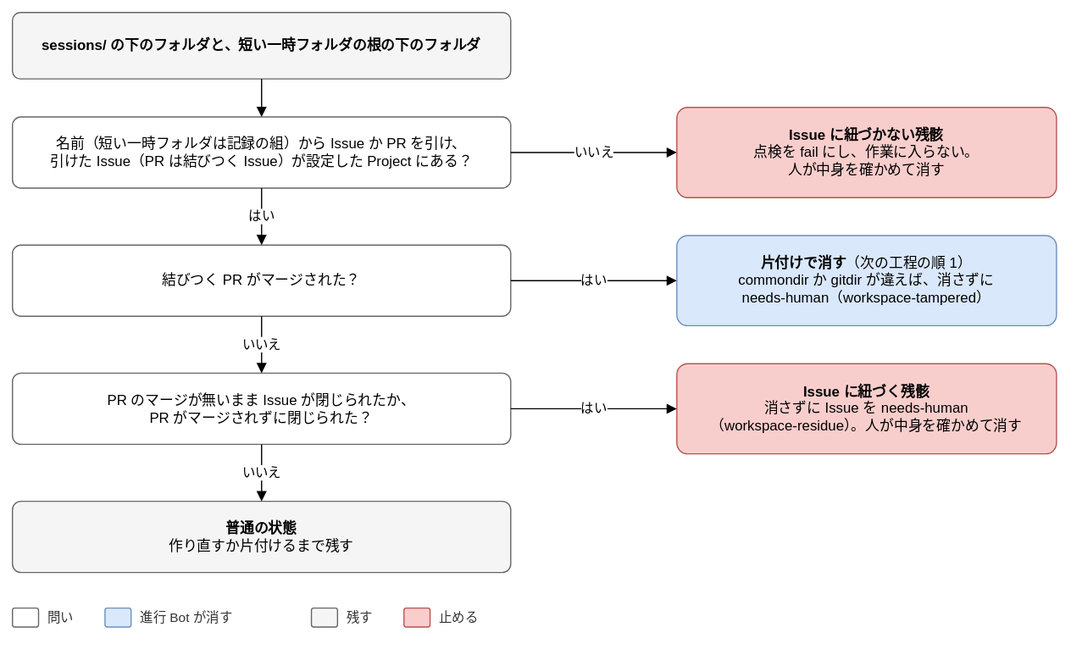
Before: docs/design/basic/diagrams/02-workspace-residue.drawio.svg, a diagram exported from draw.io (Joymerrevent/dev-autopilot). Source tidied: cells renumbered, new cells last; positions are measured from the earlier drawing's top-left corner, leaving out a move shared by most shapes.
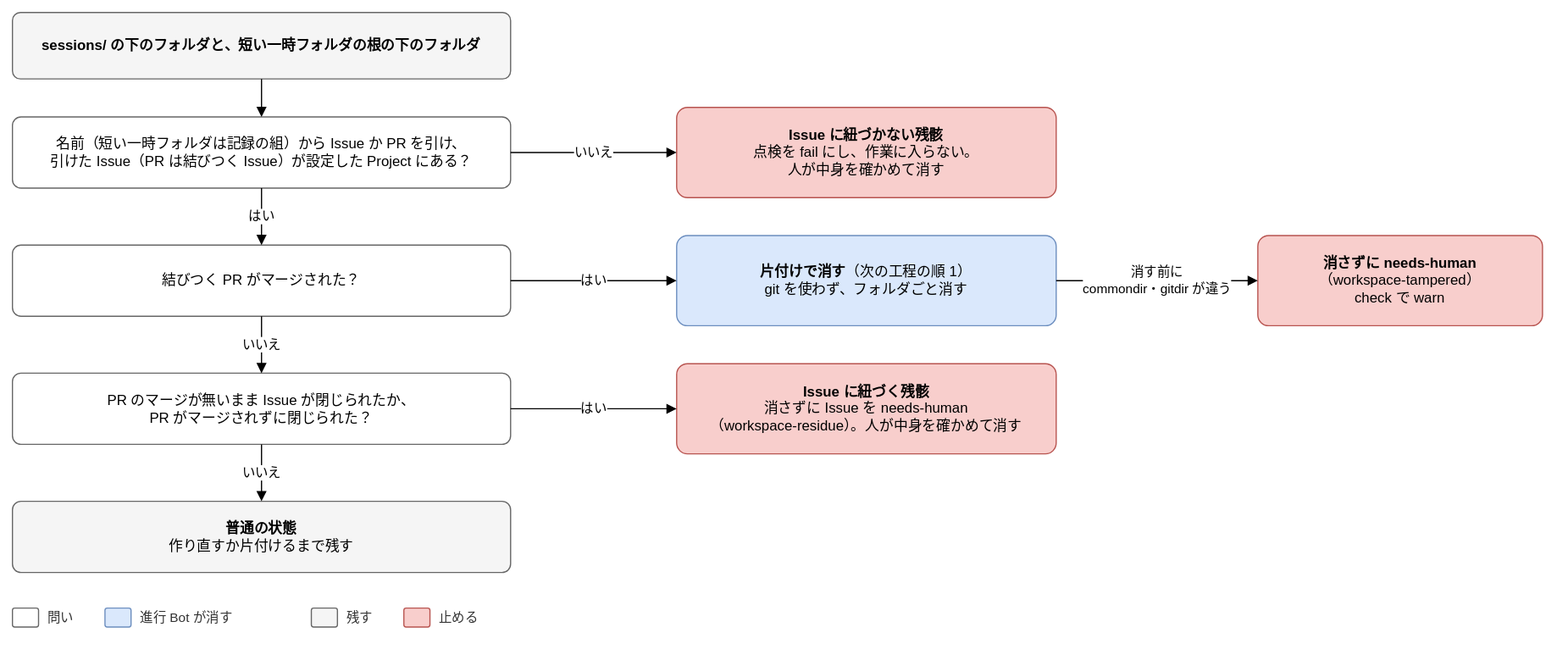
The same diagram one commit later.

Commit message:
docs: 往復の上限と起動の前の確かめの言い方、残骸の図の箱を直す

- 01 の limits.roundTrips を、02 の数え方（すでに上限に達していて、さらに直す必要があれば止める）に合わせる
- 03 の起動の前の確かめの「この回」を、起動するセッションと言い換える
- 残骸の図で、片付けの箱から workspace-tampered の止める先を分ける

Claude-Session: https://claude.ai/code/session_01X8Kd2Wb1TrYub8Ee3W1tDX

Change to the diagram source:
```diff
@@ -17,7 +17,7 @@
     <mxCell id="6" value="&lt;b&gt;Issue に紐づかない残骸&lt;/b&gt;&lt;br&gt;点検を fail にし、作業に入らない。&lt;br&gt;人が中身を確かめて消す" style="rounded=1;whiteSpace=wrap;html=1;fontSize=12;arcSize=12;spacing=12;fillColor=#f8cecc;strokeColor=#b85450;" parent="1" vertex="1">
       <mxGeometry x="560" y="80" width="320" height="76" as="geometry" />
     </mxCell>
-    <mxCell id="7" value="&lt;b&gt;片付けで消す&lt;/b&gt;（次の工程の順 1）&lt;br&gt;commondir か gitdir が違えば、消さずに&lt;br&gt;needs-human（workspace-tampered）" style="rounded=1;whiteSpace=wrap;html=1;fontSize=12;arcSize=12;spacing=12;fillColor=#dae8fc;strokeColor=#6c8ebf;" parent="1" vertex="1">
+    <mxCell id="7" value="&lt;b&gt;片付けで消す&lt;/b&gt;（次の工程の順 1）&lt;br&gt;git を使わず、フォルダごと消す" style="rounded=1;whiteSpace=wrap;html=1;fontSize=12;arcSize=12;spacing=12;fillColor=#dae8fc;strokeColor=#6c8ebf;" parent="1" vertex="1">
       <mxGeometry x="560" y="188" width="320" height="76" as="geometry" />
     </mxCell>
     <mxCell id="8" value="&lt;b&gt;Issue に紐づく残骸&lt;/b&gt;&lt;br&gt;消さずに Issue を needs-human&lt;br&gt;（workspace-residue）。人が中身を確かめて消す" style="rounded=1;whiteSpace=wrap;html=1;fontSize=12;arcSize=12;spacing=12;fillColor=#f8cecc;strokeColor=#b85450;" parent="1" vertex="1">
@@ -71,5 +71,11 @@
     <mxCell id="24" value="止める" style="text;html=1;align=left;verticalAlign=middle;fontSize=11;fontColor=#333333;" parent="1" vertex="1">
       <mxGeometry x="358" y="500" width="46" height="20" as="geometry" />
     </mxCell>
+    <mxCell id="25" value="&lt;b&gt;消さずに needs-human&lt;/b&gt;&lt;br&gt;（workspace-tampered）&lt;br&gt;check で warn" style="rounded=1;whiteSpace=wrap;html=1;fontSize=12;arcSize=12;spacing=12;fillColor=#f8cecc;strokeColor=#b85450;" parent="1" vertex="1">
+      <mxGeometry x="1050" y="188" width="240" height="76" as="geometry" />
+    </mxCell>
+    <mxCell id="26" value="消す前に&lt;br&gt;commondir・gitdir が違う" style="edgeStyle=orthogonalEdgeStyle;rounded=1;html=1;endArrow=block;endFill=1;fontSize=11;labelBackgroundColor=#ffffff;exitX=1;exitY=0.5;exitDx=0;exitDy=0;entryX=0;entryY=0.5;entryDx=0;entryDy=0;" parent="1" edge="1" source="7" target="25">
+      <mxGeometry relative="1" as="geometry" />
+    </mxCell>
   </root>
 </mxGraphModel>
```
